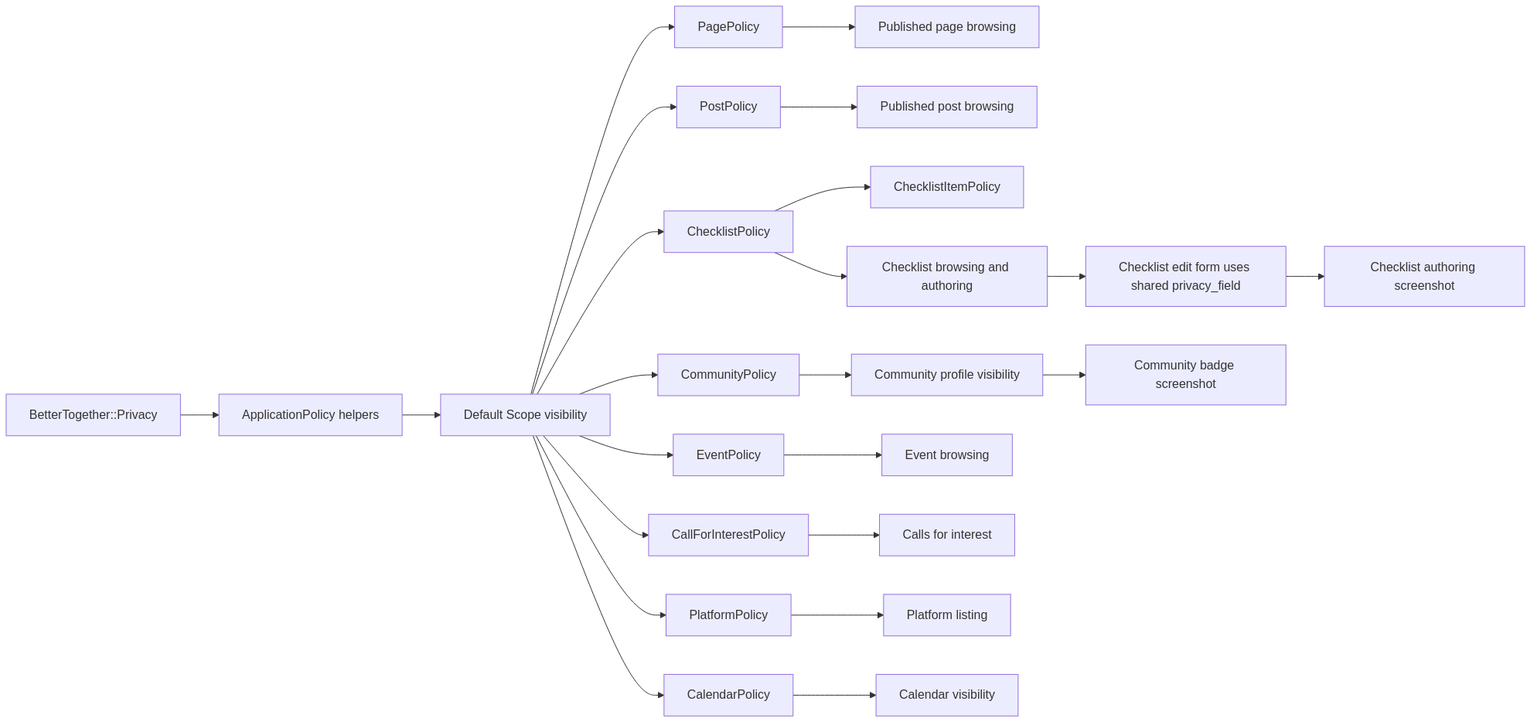
Before: docs/diagrams/exports/png/community_privacy_policy_surfaces.png, a diagram exported from Mermaid (better-together-org/community-engine-rails). Its source is kept beside it as docs/diagrams/source/community_privacy_policy_surfaces.mmd.
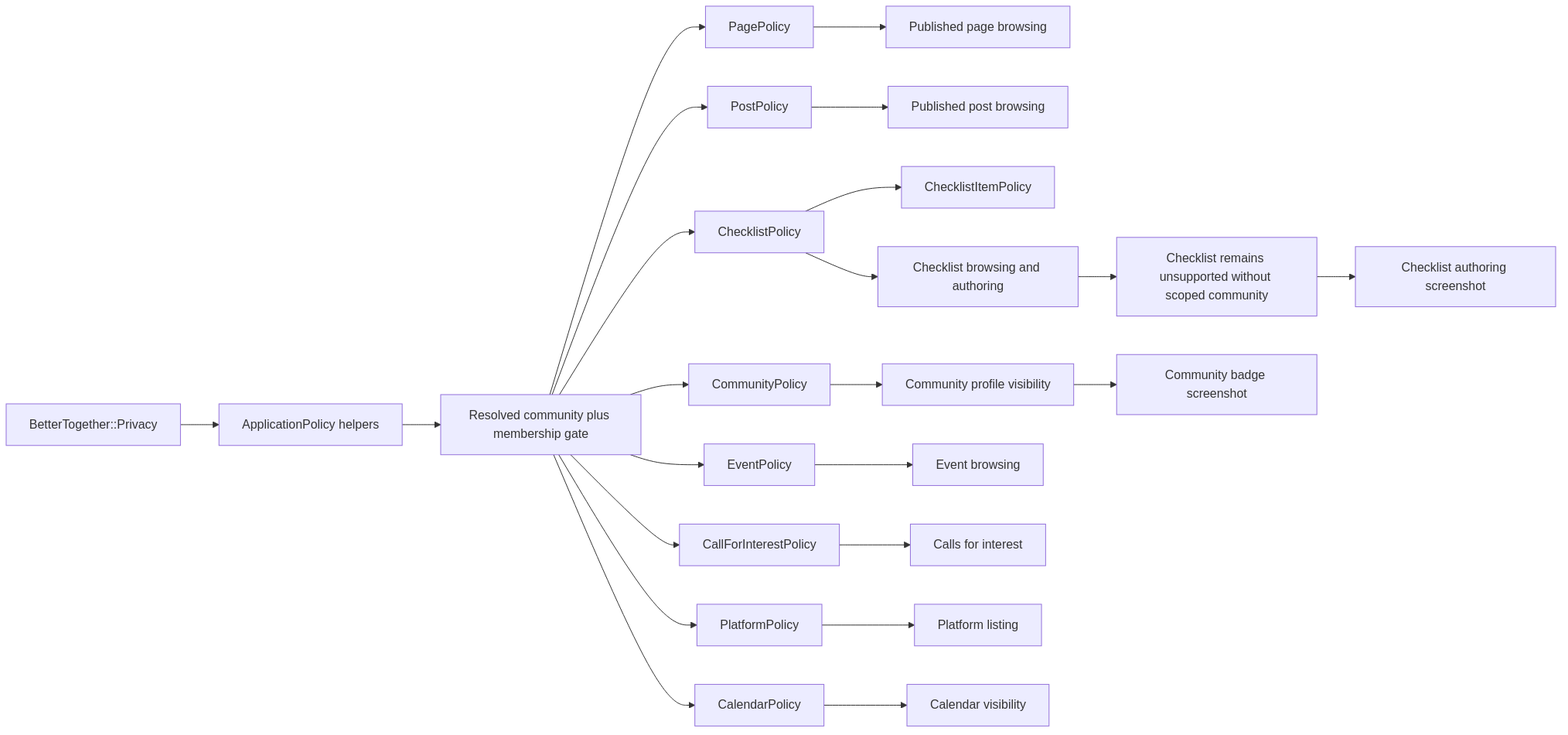
Later version of the same file.

Change to the diagram source:
```diff
@@ -1,6 +1,6 @@
 flowchart LR
     A[BetterTogether::Privacy] --> B[ApplicationPolicy helpers]
-    B --> C[Default Scope visibility]
+    B --> C[Resolved community plus membership gate]
 
     C --> D[PagePolicy]
     C --> E[PostPolicy]
@@ -21,6 +21,6 @@
     K --> S[Platform listing]
     L --> T[Calendar visibility]
 
-    O --> U[Checklist edit form uses shared privacy_field]
+    O --> U[Checklist remains unsupported without scoped community]
     P --> V[Community badge screenshot]
     U --> W[Checklist authoring screenshot]
```
